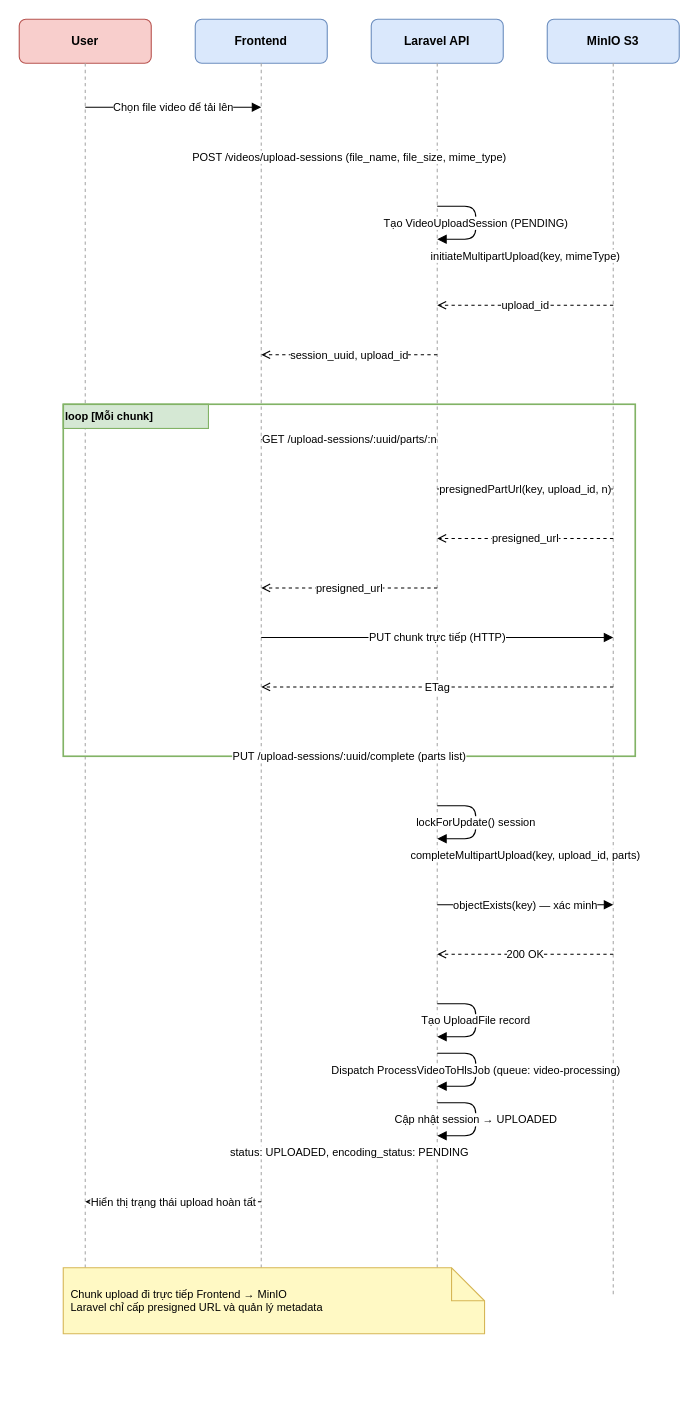
This is output/SD-03a_Upload_Multipart.drawio from Dangtruong-DUT/Tiktok-Clone-FE-nexjs, a draw.io file, before an edit. Source tidied: cells renumbered, new cells numbered last; positions are measured from the earlier drawing's top-left corner, leaving out a move shared by most shapes. Both pictures are drawn from the tidied source at 110%, with x=0, y=0 at pixel (19, 19).
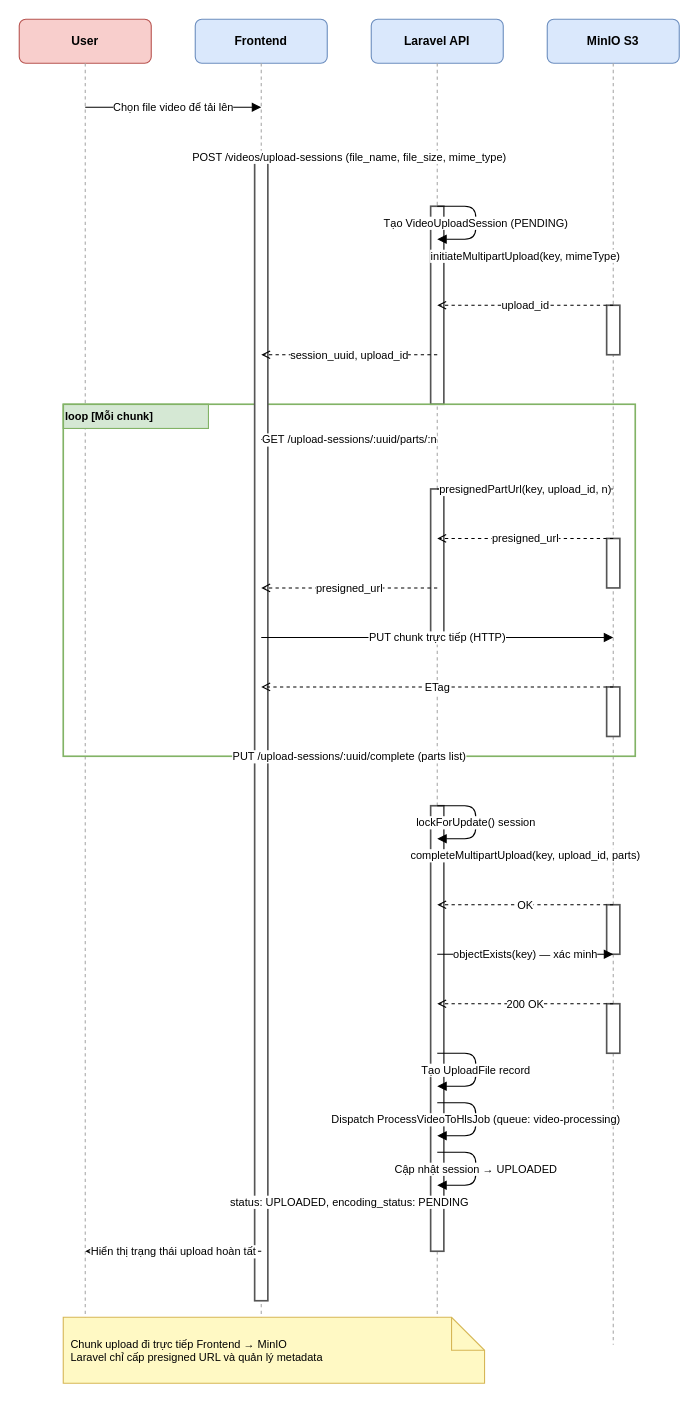
After the change.

What changed in the source:
```diff
@@
-    <mxCell id="6" style="endArrow=none;html=1;dashed=1;strokeColor=#aaaaaa;" parent="1" edge="1">
-      <mxGeometry relative="1" as="geometry">
-        <mxPoint x="60" y="40" as="sourcePoint" />
-        <mxPoint x="60" y="1160" as="targetPoint" />
-      </mxGeometry>
-    </mxCell>
-    <mxCell id="7" style="endArrow=none;html=1;dashed=1;strokeColor=#aaaaaa;" parent="1" edge="1">
-      <mxGeometry relative="1" as="geometry">
-        <mxPoint x="220" y="40" as="sourcePoint" />
-        <mxPoint x="220" y="1160" as="targetPoint" />
-      </mxGeometry>
-    </mxCell>
+    <mxCell id="35" style="endArrow=none;html=1;dashed=1;strokeColor=#aaaaaa;" parent="1" edge="1">
+      <mxGeometry relative="1" as="geometry">
+        <mxPoint x="60" y="40" as="sourcePoint" />
+        <mxPoint x="60" y="1205" as="targetPoint" />
+      </mxGeometry>
+    </mxCell>
+    <mxCell id="36" style="endArrow=none;html=1;dashed=1;strokeColor=#aaaaaa;" parent="1" edge="1">
+      <mxGeometry relative="1" as="geometry">
+        <mxPoint x="220" y="40" as="sourcePoint" />
+        <mxPoint x="220" y="1205" as="targetPoint" />
+      </mxGeometry>
+    </mxCell>
+    <mxCell id="37" style="endArrow=none;html=1;dashed=1;strokeColor=#aaaaaa;" parent="1" edge="1">
+      <mxGeometry relative="1" as="geometry">
+        <mxPoint x="380" y="40" as="sourcePoint" />
+        <mxPoint x="380" y="1205" as="targetPoint" />
+      </mxGeometry>
+    </mxCell>
+    <mxCell id="38" style="endArrow=none;html=1;dashed=1;strokeColor=#aaaaaa;" parent="1" edge="1">
+      <mxGeometry relative="1" as="geometry">
+        <mxPoint x="540" y="40" as="sourcePoint" />
+        <mxPoint x="540" y="1205" as="targetPoint" />
+      </mxGeometry>
+    </mxCell>
+    <mxCell id="17" style="fillColor=#FFFFFF;strokeColor=#555555;strokeWidth=1.5;" parent="1" vertex="1">
+      <mxGeometry x="534" y="260" width="12" height="45" as="geometry" />
+    </mxCell>
+    <mxCell id="18" style="fillColor=#FFFFFF;strokeColor=#555555;strokeWidth=1.5;" parent="1" vertex="1">
+      <mxGeometry x="374" y="170" width="12" height="180" as="geometry" />
+    </mxCell>
+    <mxCell id="19" value="loop [Mỗi chunk]" style="text;html=1;align=left;verticalAlign=middle;fontStyle=1;fontSize=10;fillColor=#d5e8d4;strokeColor=#82b366;" parent="1" vertex="1">
+      <mxGeometry x="40" y="350" width="132" height="22" as="geometry" />
+    </mxCell>
+    <mxCell id="23" style="fillColor=#FFFFFF;strokeColor=#555555;strokeWidth=1.5;" parent="1" vertex="1">
+      <mxGeometry x="534" y="472" width="12" height="45" as="geometry" />
+    </mxCell>
+    <mxCell id="24" style="fillColor=#FFFFFF;strokeColor=#555555;strokeWidth=1.5;" parent="1" vertex="1">
+      <mxGeometry x="374" y="427" width="12" height="135" as="geometry" />
+    </mxCell>
+    <mxCell id="27" style="fillColor=#FFFFFF;strokeColor=#555555;strokeWidth=1.5;" parent="1" vertex="1">
+      <mxGeometry x="534" y="607" width="12" height="45" as="geometry" />
+    </mxCell>
+    <mxCell id="28" style="rounded=0;html=1;strokeColor=#82b366;fillColor=none;strokeWidth=1.5;" parent="1" vertex="1">
+      <mxGeometry x="40" y="350" width="520" height="320" as="geometry" />
+    </mxCell>
+    <mxCell id="33" style="fillColor=#FFFFFF;strokeColor=#555555;strokeWidth=1.5;" parent="1" vertex="1">
+      <mxGeometry x="534" y="805" width="12" height="45" as="geometry" />
+    </mxCell>
-    <mxCell id="8" style="endArrow=none;html=1;dashed=1;strokeColor=#aaaaaa;" parent="1" edge="1">
-      <mxGeometry relative="1" as="geometry">
-        <mxPoint x="380" y="40" as="sourcePoint" />
-        <mxPoint x="380" y="1160" as="targetPoint" />
-      </mxGeometry>
+    <mxCell id="8" style="fillColor=#FFFFFF;strokeColor=#555555;strokeWidth=1.5;" parent="1" vertex="1">
+      <mxGeometry x="534" y="895" width="12" height="45" as="geometry" />
     </mxCell>
-    <mxCell id="9" style="endArrow=none;html=1;dashed=1;strokeColor=#aaaaaa;" parent="1" edge="1">
-      <mxGeometry relative="1" as="geometry">
-        <mxPoint x="540" y="40" as="sourcePoint" />
-        <mxPoint x="540" y="1160" as="targetPoint" />
-      </mxGeometry>
-    </mxCell>
-    <mxCell id="10" value="loop [Mỗi chunk]" style="text;html=1;align=left;verticalAlign=middle;fontStyle=1;fontSize=10;fillColor=#d5e8d4;strokeColor=#82b366;" parent="1" vertex="1">
-      <mxGeometry x="40" y="350" width="132" height="22" as="geometry" />
-    </mxCell>
-    <mxCell id="11" style="rounded=0;html=1;strokeColor=#82b366;fillColor=none;strokeWidth=1.5;" parent="1" vertex="1">
-      <mxGeometry x="40" y="350" width="520" height="320" as="geometry" />
-    </mxCell>
+    <mxCell id="39" style="fillColor=#FFFFFF;strokeColor=#555555;strokeWidth=1.5;" parent="1" vertex="1">
+      <mxGeometry x="374" y="715" width="12" height="405" as="geometry" />
+    </mxCell>
+    <mxCell id="40" style="fillColor=#FFFFFF;strokeColor=#555555;strokeWidth=1.5;" parent="1" vertex="1">
+      <mxGeometry x="214" y="125" width="12" height="1040" as="geometry" />
+    </mxCell>
@@
-    <mxCell id="17" value="session_uuid, upload_id" style="endArrow=open;endFill=0;dashed=1;html=1;fontSize=10;" parent="1" edge="1">
-      <mxGeometry relative="1" as="geometry">
-        <mxPoint x="380" y="305" as="sourcePoint" />
-        <mxPoint x="220" y="305" as="targetPoint" />
-      </mxGeometry>
-    </mxCell>
-    <mxCell id="18" value="GET /upload-sessions/:uuid/parts/:n" style="endArrow=block;endFill=1;html=1;fontSize=10;" parent="1" edge="1">
-      <mxGeometry relative="1" as="geometry">
-        <mxPoint x="220" y="382" as="sourcePoint" />
-        <mxPoint x="380" y="382" as="targetPoint" />
-      </mxGeometry>
-    </mxCell>
-    <mxCell id="19" value="presignedPartUrl(key, upload_id, n)" style="endArrow=block;endFill=1;html=1;fontSize=10;" parent="1" edge="1">
-      <mxGeometry relative="1" as="geometry">
-        <mxPoint x="380" y="427" as="sourcePoint" />
-        <mxPoint x="540" y="427" as="targetPoint" />
-      </mxGeometry>
-    </mxCell>
+    <mxCell id="10" value="session_uuid, upload_id" style="endArrow=open;endFill=0;dashed=1;html=1;fontSize=10;" parent="1" edge="1">
+      <mxGeometry relative="1" as="geometry">
+        <mxPoint x="380" y="305" as="sourcePoint" />
+        <mxPoint x="220" y="305" as="targetPoint" />
+      </mxGeometry>
+    </mxCell>
-    <mxCell id="20" value="presigned_url" style="endArrow=open;endFill=0;dashed=1;html=1;fontSize=10;" parent="1" edge="1">
+    <mxCell id="20" value="GET /upload-sessions/:uuid/parts/:n" style="endArrow=block;endFill=1;html=1;fontSize=10;" parent="1" edge="1">
       <mxGeometry relative="1" as="geometry">
-        <mxPoint x="540" y="472" as="sourcePoint" />
-        <mxPoint x="380" y="472" as="targetPoint" />
+        <mxPoint x="220" y="382" as="sourcePoint" />
+        <mxPoint x="380" y="382" as="targetPoint" />
       </mxGeometry>
     </mxCell>
-    <mxCell id="21" value="presigned_url" style="endArrow=open;endFill=0;dashed=1;html=1;fontSize=10;" parent="1" edge="1">
+    <mxCell id="21" value="presignedPartUrl(key, upload_id, n)" style="endArrow=block;endFill=1;html=1;fontSize=10;" parent="1" edge="1">
       <mxGeometry relative="1" as="geometry">
-        <mxPoint x="380" y="517" as="sourcePoint" />
-        <mxPoint x="220" y="517" as="targetPoint" />
+        <mxPoint x="380" y="427" as="sourcePoint" />
+        <mxPoint x="540" y="427" as="targetPoint" />
       </mxGeometry>
     </mxCell>
-    <mxCell id="22" value="PUT chunk trực tiếp (HTTP)" style="endArrow=block;endFill=1;html=1;fontSize=10;" parent="1" edge="1">
+    <mxCell id="22" value="presigned_url" style="endArrow=open;endFill=0;dashed=1;html=1;fontSize=10;" parent="1" edge="1">
       <mxGeometry relative="1" as="geometry">
-        <mxPoint x="220" y="562" as="sourcePoint" />
-        <mxPoint x="540" y="562" as="targetPoint" />
+        <mxPoint x="540" y="472" as="sourcePoint" />
+        <mxPoint x="380" y="472" as="targetPoint" />
       </mxGeometry>
     </mxCell>
-    <mxCell id="23" value="ETag" style="endArrow=open;endFill=0;dashed=1;html=1;fontSize=10;" parent="1" edge="1">
-      <mxGeometry relative="1" as="geometry">
-        <mxPoint x="540" y="607" as="sourcePoint" />
-        <mxPoint x="220" y="607" as="targetPoint" />
-      </mxGeometry>
-    </mxCell>
-    <mxCell id="24" value="PUT /upload-sessions/:uuid/complete (parts list)" style="endArrow=block;endFill=1;html=1;fontSize=10;" parent="1" edge="1">
-      <mxGeometry relative="1" as="geometry">
-        <mxPoint x="220" y="670" as="sourcePoint" />
-        <mxPoint x="380" y="670" as="targetPoint" />
-      </mxGeometry>
-    </mxCell>
+    <mxCell id="11" value="presigned_url" style="endArrow=open;endFill=0;dashed=1;html=1;fontSize=10;" parent="1" edge="1">
+      <mxGeometry relative="1" as="geometry">
+        <mxPoint x="380" y="517" as="sourcePoint" />
+        <mxPoint x="220" y="517" as="targetPoint" />
+      </mxGeometry>
+    </mxCell>
-    <mxCell id="25" value="lockForUpdate() session" style="endArrow=block;endFill=1;html=1;fontSize=10;" parent="1" edge="1">
+    <mxCell id="25" value="PUT chunk trực tiếp (HTTP)" style="endArrow=block;endFill=1;html=1;fontSize=10;" parent="1" edge="1">
       <mxGeometry relative="1" as="geometry">
-        <mxPoint x="380" y="715" as="sourcePoint" />
-        <mxPoint x="380" y="745" as="targetPoint" />
-        <Array as="points">
-          <mxPoint x="415" y="715" />
-          <mxPoint x="415" y="745" />
-        </Array>
+        <mxPoint x="220" y="562" as="sourcePoint" />
+        <mxPoint x="540" y="562" as="targetPoint" />
       </mxGeometry>
     </mxCell>
-    <mxCell id="26" value="completeMultipartUpload(key, upload_id, parts)" style="endArrow=block;endFill=1;html=1;fontSize=10;" parent="1" edge="1">
+    <mxCell id="26" value="ETag" style="endArrow=open;endFill=0;dashed=1;html=1;fontSize=10;" parent="1" edge="1">
       <mxGeometry relative="1" as="geometry">
-        <mxPoint x="380" y="760" as="sourcePoint" />
-        <mxPoint x="540" y="760" as="targetPoint" />
+        <mxPoint x="540" y="607" as="sourcePoint" />
+        <mxPoint x="220" y="607" as="targetPoint" />
       </mxGeometry>
     </mxCell>
-    <mxCell id="27" value="objectExists(key) — xác minh" style="endArrow=block;endFill=1;html=1;fontSize=10;" parent="1" edge="1">
-      <mxGeometry relative="1" as="geometry">
-        <mxPoint x="380" y="805" as="sourcePoint" />
-        <mxPoint x="540" y="805" as="targetPoint" />
-      </mxGeometry>
-    </mxCell>
-    <mxCell id="28" value="200 OK" style="endArrow=open;endFill=0;dashed=1;html=1;fontSize=10;" parent="1" edge="1">
-      <mxGeometry relative="1" as="geometry">
-        <mxPoint x="540" y="850" as="sourcePoint" />
-        <mxPoint x="380" y="850" as="targetPoint" />
-      </mxGeometry>
-    </mxCell>
-    <mxCell id="29" value="Tạo UploadFile record" style="endArrow=block;endFill=1;html=1;fontSize=10;" parent="1" edge="1">
+    <mxCell id="29" value="PUT /upload-sessions/:uuid/complete (parts list)" style="endArrow=block;endFill=1;html=1;fontSize=10;" parent="1" edge="1">
       <mxGeometry relative="1" as="geometry">
-        <mxPoint x="380" y="895" as="sourcePoint" />
-        <mxPoint x="380" y="925" as="targetPoint" />
-        <Array as="points">
-          <mxPoint x="415" y="895" />
-          <mxPoint x="415" y="925" />
-        </Array>
+        <mxPoint x="220" y="670" as="sourcePoint" />
+        <mxPoint x="380" y="670" as="targetPoint" />
       </mxGeometry>
     </mxCell>
-    <mxCell id="30" value="Dispatch ProcessVideoToHlsJob (queue: video-processing)" style="endArrow=block;endFill=1;html=1;fontSize=10;" parent="1" edge="1">
+    <mxCell id="30" value="lockForUpdate() session" style="endArrow=block;endFill=1;html=1;fontSize=10;" parent="1" edge="1">
       <mxGeometry relative="1" as="geometry">
-        <mxPoint x="380" y="940" as="sourcePoint" />
-        <mxPoint x="380" y="970" as="targetPoint" />
+        <mxPoint x="380" y="715" as="sourcePoint" />
+        <mxPoint x="380" y="745" as="targetPoint" />
         <Array as="points">
-          <mxPoint x="415" y="940" />
-          <mxPoint x="415" y="970" />
+          <mxPoint x="415" y="715" />
+          <mxPoint x="415" y="745" />
         </Array>
       </mxGeometry>
     </mxCell>
-    <mxCell id="31" value="Cập nhật session → UPLOADED" style="endArrow=block;endFill=1;html=1;fontSize=10;" parent="1" edge="1">
+    <mxCell id="31" value="completeMultipartUpload(key, upload_id, parts)" style="endArrow=block;endFill=1;html=1;fontSize=10;" parent="1" edge="1">
       <mxGeometry relative="1" as="geometry">
-        <mxPoint x="380" y="985" as="sourcePoint" />
-        <mxPoint x="380" y="1015" as="targetPoint" />
-        <Array as="points">
-          <mxPoint x="415" y="985" />
-          <mxPoint x="415" y="1015" />
-        </Array>
+        <mxPoint x="380" y="760" as="sourcePoint" />
+        <mxPoint x="540" y="760" as="targetPoint" />
       </mxGeometry>
     </mxCell>
-    <mxCell id="32" value="status: UPLOADED, encoding_status: PENDING" style="endArrow=open;endFill=0;dashed=1;html=1;fontSize=10;" parent="1" edge="1">
+    <mxCell id="32" value="OK" style="endArrow=open;endFill=0;dashed=1;html=1;fontSize=10;" parent="1" edge="1">
       <mxGeometry relative="1" as="geometry">
-        <mxPoint x="380" y="1030" as="sourcePoint" />
-        <mxPoint x="220" y="1030" as="targetPoint" />
+        <mxPoint x="540" y="805" as="sourcePoint" />
+        <mxPoint x="380" y="805" as="targetPoint" />
       </mxGeometry>
     </mxCell>
-    <mxCell id="33" value="Hiển thị trạng thái upload hoàn tất" style="endArrow=open;endFill=0;dashed=1;html=1;fontSize=10;" parent="1" edge="1">
-      <mxGeometry relative="1" as="geometry">
-        <mxPoint x="220" y="1075" as="sourcePoint" />
-        <mxPoint x="60" y="1075" as="targetPoint" />
-      </mxGeometry>
-    </mxCell>
+    <mxCell id="6" value="objectExists(key) — xác minh" style="endArrow=block;endFill=1;html=1;fontSize=10;" parent="1" edge="1">
+      <mxGeometry relative="1" as="geometry">
+        <mxPoint x="380" y="850" as="sourcePoint" />
+        <mxPoint x="540" y="850" as="targetPoint" />
+      </mxGeometry>
+    </mxCell>
+    <mxCell id="7" value="200 OK" style="endArrow=open;endFill=0;dashed=1;html=1;fontSize=10;" parent="1" edge="1">
+      <mxGeometry relative="1" as="geometry">
+        <mxPoint x="540" y="895" as="sourcePoint" />
+        <mxPoint x="380" y="895" as="targetPoint" />
+      </mxGeometry>
+    </mxCell>
+    <mxCell id="9" value="Tạo UploadFile record" style="endArrow=block;endFill=1;html=1;fontSize=10;" parent="1" edge="1">
+      <mxGeometry relative="1" as="geometry">
+        <mxPoint x="380" y="940" as="sourcePoint" />
+        <mxPoint x="380" y="970" as="targetPoint" />
+        <Array as="points">
+          <mxPoint x="415" y="940" />
+          <mxPoint x="415" y="970" />
+        </Array>
+      </mxGeometry>
+    </mxCell>
-    <mxCell id="34" value="Chunk upload đi trực tiếp Frontend → MinIO&#10;Laravel chỉ cấp presigned URL và quản lý metadata" style="shape=note;whiteSpace=wrap;html=1;backgroundOutline=1;fillColor=#fff9c4;strokeColor=#d6b656;fontSize=10;align=left;spacingLeft=5;" parent="1" vertex="1">
-      <mxGeometry x="40" y="1135" width="383" height="60" as="geometry" />
+    <mxCell id="34" value="Dispatch ProcessVideoToHlsJob (queue: video-processing)" style="endArrow=block;endFill=1;html=1;fontSize=10;" parent="1" edge="1">
+      <mxGeometry relative="1" as="geometry">
+        <mxPoint x="380" y="985" as="sourcePoint" />
+        <mxPoint x="380" y="1015" as="targetPoint" />
+        <Array as="points">
+          <mxPoint x="415" y="985" />
+          <mxPoint x="415" y="1015" />
+        </Array>
+      </mxGeometry>
     </mxCell>
+    <mxCell id="41" value="Cập nhật session → UPLOADED" style="endArrow=block;endFill=1;html=1;fontSize=10;" parent="1" edge="1">
+      <mxGeometry relative="1" as="geometry">
+        <mxPoint x="380" y="1030" as="sourcePoint" />
+        <mxPoint x="380" y="1060" as="targetPoint" />
+        <Array as="points">
+          <mxPoint x="415" y="1030" />
+          <mxPoint x="415" y="1060" />
+        </Array>
+      </mxGeometry>
+    </mxCell>
+    <mxCell id="42" value="status: UPLOADED, encoding_status: PENDING" style="endArrow=open;endFill=0;dashed=1;html=1;fontSize=10;" parent="1" edge="1">
+      <mxGeometry relative="1" as="geometry">
+        <mxPoint x="380" y="1075" as="sourcePoint" />
+        <mxPoint x="220" y="1075" as="targetPoint" />
+      </mxGeometry>
+    </mxCell>
+    <mxCell id="43" value="Hiển thị trạng thái upload hoàn tất" style="endArrow=open;endFill=0;dashed=1;html=1;fontSize=10;" parent="1" edge="1">
+      <mxGeometry relative="1" as="geometry">
+        <mxPoint x="220" y="1120" as="sourcePoint" />
+        <mxPoint x="60" y="1120" as="targetPoint" />
+      </mxGeometry>
+    </mxCell>
+    <mxCell id="44" value="Chunk upload đi trực tiếp Frontend → MinIO&#10;Laravel chỉ cấp presigned URL và quản lý metadata" style="shape=note;whiteSpace=wrap;html=1;backgroundOutline=1;fillColor=#fff9c4;strokeColor=#d6b656;fontSize=10;align=left;spacingLeft=5;" parent="1" vertex="1">
+      <mxGeometry x="40" y="1180" width="383" height="60" as="geometry" />
+    </mxCell>
```
